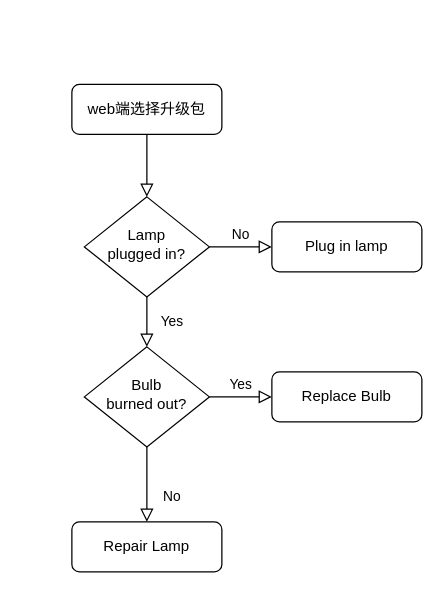
Hammer2017/Defect_classifier keeps this draw.io diagram as 未命名绘图.drawio. Above is the earlier version. Source tidied: cells renumbered, new cells numbered last; positions are measured from the earlier drawing's top-left corner, leaving out a move shared by most shapes. Both pictures are drawn from the tidied source at 125%, with x=0, y=0 at pixel (71, 84).
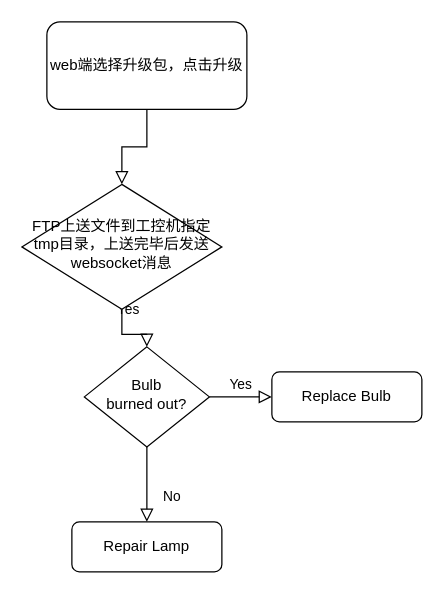
Above is the later version.

The edit, as a diff of the source:
```diff
@@
 <mxGraphModel>
   <root>
     <mxCell id="0" />
     <mxCell id="1" parent="0" />
     <mxCell id="2" style="rounded=0;html=1;jettySize=auto;fontSize=11;endArrow=block;endFill=0;endSize=8;strokeWidth=1;shadow=0;labelBackgroundColor=none;edgeStyle=orthogonalEdgeStyle;" parent="1" edge="1" source="3" target="6">
       <mxGeometry relative="1" as="geometry" />
     </mxCell>
-    <mxCell id="3" value="web端选择升级包" style="rounded=1;whiteSpace=wrap;html=1;fontSize=12;glass=0;strokeWidth=1;shadow=0;" parent="1" vertex="1">
-      <mxGeometry width="120" height="40" as="geometry" />
+    <mxCell id="3" value="web端选择升级包，点击升级" style="rounded=1;whiteSpace=wrap;html=1;fontSize=12;glass=0;strokeWidth=1;shadow=0;" parent="1" vertex="1">
+      <mxGeometry x="-20" y="-50" width="160" height="70" as="geometry" />
     </mxCell>
     <mxCell id="4" value="Yes" style="rounded=0;html=1;jettySize=auto;fontSize=11;endArrow=block;endFill=0;endSize=8;strokeWidth=1;shadow=0;labelBackgroundColor=none;edgeStyle=orthogonalEdgeStyle;" parent="1" edge="1" source="6" target="10">
       <mxGeometry y="20" relative="1" as="geometry" />
     </mxCell>
-    <mxCell id="5" value="No" style="edgeStyle=orthogonalEdgeStyle;rounded=0;html=1;jettySize=auto;fontSize=11;endArrow=block;endFill=0;endSize=8;strokeWidth=1;shadow=0;labelBackgroundColor=none;" parent="1" edge="1" source="6" target="7">
-      <mxGeometry y="10" relative="1" as="geometry" />
-    </mxCell>
-    <mxCell id="6" value="Lamp&lt;br&gt;plugged in?" style="rhombus;whiteSpace=wrap;html=1;shadow=0;fontFamily=Helvetica;fontSize=12;align=center;strokeWidth=1;spacing=6;spacingTop=-4;" parent="1" vertex="1">
-      <mxGeometry x="10" y="90" width="100" height="80" as="geometry" />
+    <mxCell id="6" value="FTP上送文件到工控机指定tmp目录，上送完毕后发送websocket消息" style="rhombus;whiteSpace=wrap;html=1;shadow=0;fontFamily=Helvetica;fontSize=12;align=center;strokeWidth=1;spacing=6;spacingTop=-4;" parent="1" vertex="1">
+      <mxGeometry x="-40" y="80" width="160" height="100" as="geometry" />
     </mxCell>
-    <mxCell id="7" value="Plug in lamp" style="rounded=1;whiteSpace=wrap;html=1;fontSize=12;glass=0;strokeWidth=1;shadow=0;" parent="1" vertex="1">
-      <mxGeometry x="160" y="110" width="120" height="40" as="geometry" />
-    </mxCell>
     <mxCell id="8" value="No" style="rounded=0;html=1;jettySize=auto;fontSize=11;endArrow=block;endFill=0;endSize=8;strokeWidth=1;shadow=0;labelBackgroundColor=none;edgeStyle=orthogonalEdgeStyle;" parent="1" edge="1" source="10" target="11">
       <mxGeometry x="0.33" y="20" relative="1" as="geometry" />
     </mxCell>
     <mxCell id="9" value="Yes" style="edgeStyle=orthogonalEdgeStyle;rounded=0;html=1;jettySize=auto;fontSize=11;endArrow=block;endFill=0;endSize=8;strokeWidth=1;shadow=0;labelBackgroundColor=none;" parent="1" edge="1" source="10" target="12">
       <mxGeometry y="10" relative="1" as="geometry" />
     </mxCell>
     <mxCell id="10" value="Bulb&lt;br&gt;burned out?" style="rhombus;whiteSpace=wrap;html=1;shadow=0;fontFamily=Helvetica;fontSize=12;align=center;strokeWidth=1;spacing=6;spacingTop=-4;" parent="1" vertex="1">
       <mxGeometry x="10" y="210" width="100" height="80" as="geometry" />
     </mxCell>
     <mxCell id="11" value="Repair Lamp" style="rounded=1;whiteSpace=wrap;html=1;fontSize=12;glass=0;strokeWidth=1;shadow=0;" parent="1" vertex="1">
       <mxGeometry y="350" width="120" height="40" as="geometry" />
     </mxCell>
     <mxCell id="12" value="Replace Bulb" style="rounded=1;whiteSpace=wrap;html=1;fontSize=12;glass=0;strokeWidth=1;shadow=0;" parent="1" vertex="1">
       <mxGeometry x="160" y="230" width="120" height="40" as="geometry" />
     </mxCell>
   </root>
 </mxGraphModel>
```
